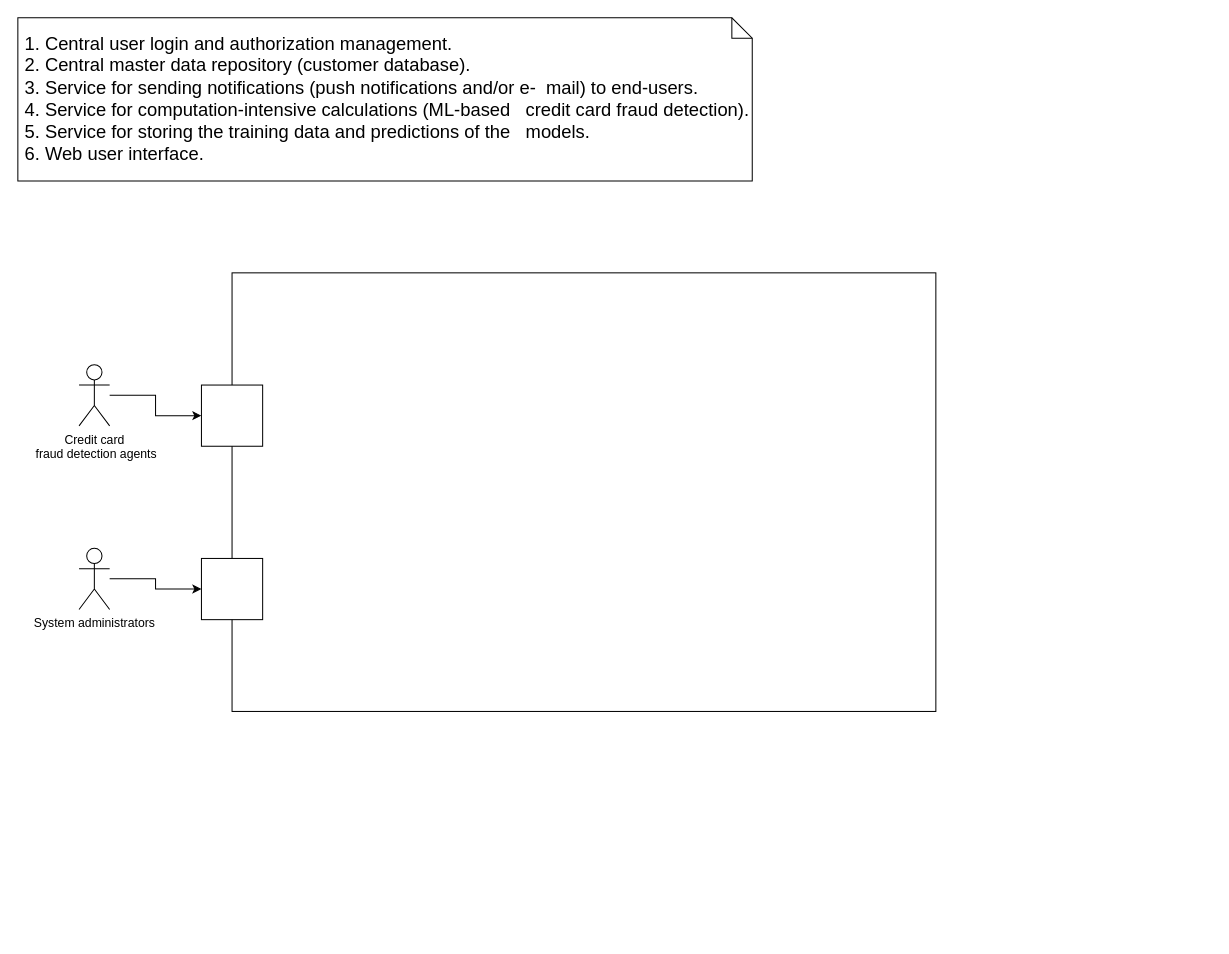
Earlier version of the draw.io diagram Distributed Systems Architecture.drawio (Faisal-Khan123/Distributed-Systems-Architecture). Source tidied: cells renumbered, new cells numbered last; positions are measured from the earlier drawing's top-left corner, leaving out a move shared by most shapes. Both pictures are drawn from the tidied source at 102%, with x=0, y=0 at pixel (17, 17).
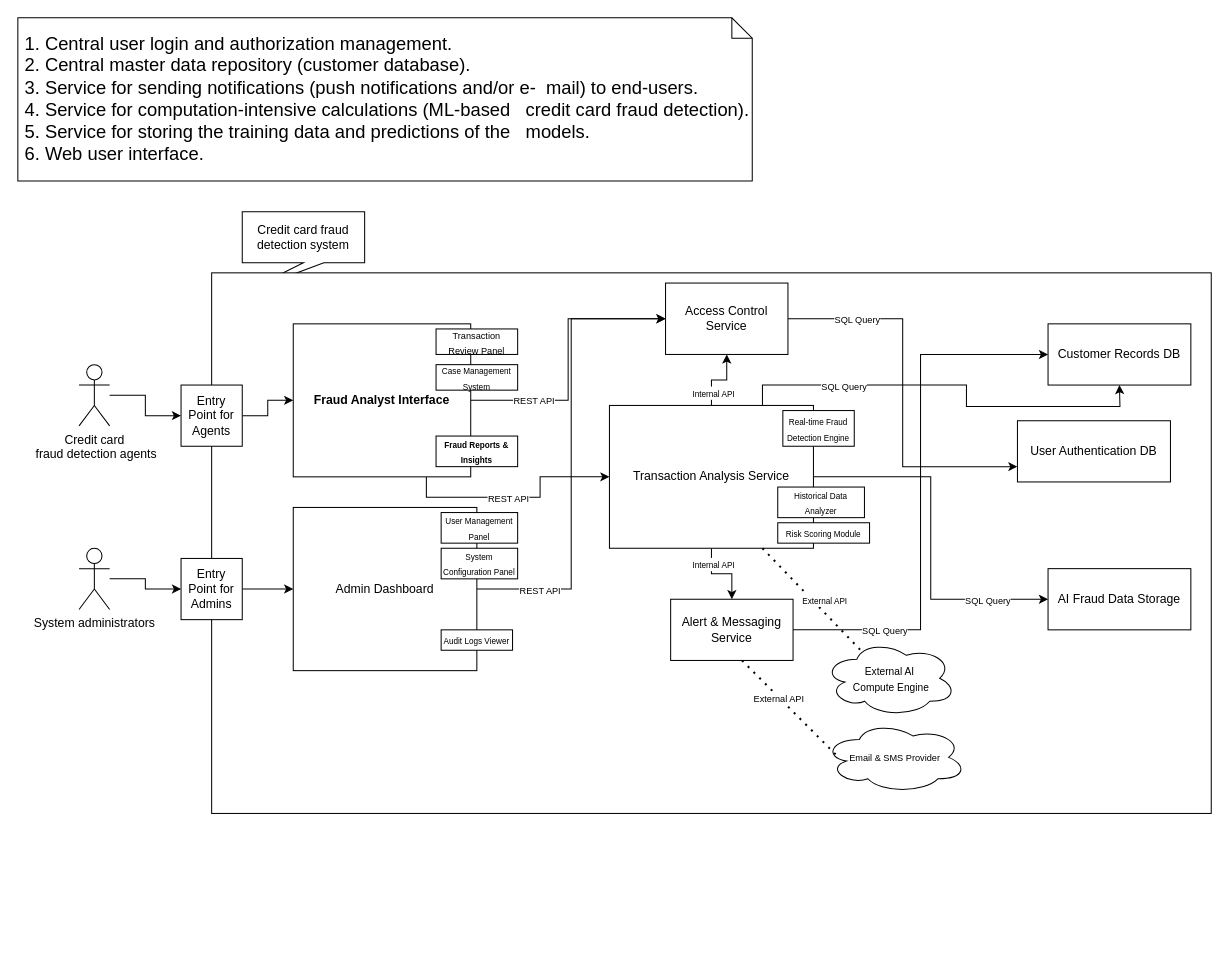
After the change.

Change to the diagram source:
```diff
@@
+    <mxCell id="10" style="shape=callout;whiteSpace=wrap;html=1;perimeter=calloutPerimeter;position2=0;" parent="1" vertex="1">
+      <mxGeometry x="220" y="190" width="120" height="80" as="geometry" />
+    </mxCell>
@@
     <mxCell id="6" style="rounded=0;whiteSpace=wrap;html=1;" parent="1" vertex="1">
-      <mxGeometry x="210" y="250" width="690" height="430" as="geometry" />
+      <mxGeometry x="190" y="250" width="980" height="530" as="geometry" />
     </mxCell>
+    <mxCell id="11" style="edgeStyle=orthogonalEdgeStyle;rounded=0;jettySize=auto;html=1;" parent="1" edge="1" source="7" target="29">
+      <mxGeometry relative="1" as="geometry" />
+    </mxCell>
-    <mxCell id="7" style="whiteSpace=wrap;html=1;" parent="1" vertex="1">
-      <mxGeometry x="180" y="360" width="60" height="60" as="geometry" />
+    <mxCell id="7" value="Entry Point for Agents" style="whiteSpace=wrap;html=1;" parent="1" vertex="1">
+      <mxGeometry x="160" y="360" width="60" height="60" as="geometry" />
     </mxCell>
+    <mxCell id="12" style="edgeStyle=orthogonalEdgeStyle;rounded=0;jettySize=auto;html=1;" parent="1" edge="1" source="8" target="32">
+      <mxGeometry relative="1" as="geometry" />
+    </mxCell>
-    <mxCell id="8" style="whiteSpace=wrap;html=1;" parent="1" vertex="1">
-      <mxGeometry x="180" y="530" width="60" height="60" as="geometry" />
+    <mxCell id="8" value="Entry Point for Admins" style="whiteSpace=wrap;html=1;" parent="1" vertex="1">
+      <mxGeometry x="160" y="530" width="60" height="60" as="geometry" />
     </mxCell>
@@
+    <mxCell id="13" value="&#10;  &#10;    &#10;    &#10;    &#10;    &#10;    &#10;      &#10;    &#10;    &#10;      &#10;    &#10;    &#10;    &#10;    &#10;      &#10;    &#10;    &#10;    &#10;    &#10;      &#10;    &#10;    &#10;      &#10;    &#10;    &#10;      &#10;    &#10;    &#10;      &#10;    &#10;    &#10;      &#10;    &#10;    &#10;      &#10;    &#10;    &#10;    &#10;    &#10;    &#10;    &#10;    &#10;    &#10;    &#10;    &#10;    &#10;    &#10;    &#10;  &#10;" style="text;whiteSpace=wrap;html=1;" parent="1" vertex="1">
+      <mxGeometry x="10" y="160" width="30" height="740" as="geometry" />
+    </mxCell>
+    <mxCell id="14" value="Credit card fraud detection system" style="text;html=1;align=center;verticalAlign=middle;whiteSpace=wrap;rounded=0;" parent="1" vertex="1">
+      <mxGeometry x="230" y="200" width="100" height="30" as="geometry" />
+    </mxCell>
+    <mxCell id="15" value="&#10;  &#10;    &#10;    &#10;    &#10;    &#10;    &#10;      &#10;    &#10;    &#10;      &#10;    &#10;    &#10;    &#10;    &#10;      &#10;    &#10;    &#10;    &#10;    &#10;      &#10;    &#10;    &#10;      &#10;    &#10;    &#10;      &#10;    &#10;    &#10;      &#10;    &#10;    &#10;      &#10;    &#10;    &#10;      &#10;    &#10;    &#10;    &#10;    &#10;    &#10;    &#10;    &#10;    &#10;    &#10;    &#10;    &#10;    &#10;    &#10;  &#10;" style="text;whiteSpace=wrap;html=1;" parent="1" vertex="1">
+      <mxGeometry x="10" y="160" width="30" height="740" as="geometry" />
+    </mxCell>
+    <mxCell id="16" style="edgeStyle=orthogonalEdgeStyle;rounded=0;jettySize=auto;html=1;" parent="1" edge="1" source="24" target="36">
+      <mxGeometry relative="1" as="geometry" />
+    </mxCell>
+    <mxCell id="17" value="&lt;font style=&quot;font-size: 8px;&quot;&gt;Internal API&lt;/font&gt;" style="edgeLabel;html=1;align=center;verticalAlign=middle;" parent="16" vertex="1">
+      <mxGeometry x="-0.01" relative="1" as="geometry">
+        <mxPoint x="-9" y="-10" as="offset" />
+      </mxGeometry>
+    </mxCell>
+    <mxCell id="18" value="&#10;  &#10;    &#10;    &#10;    &#10;    &#10;    &#10;      &#10;    &#10;    &#10;      &#10;    &#10;    &#10;    &#10;    &#10;      &#10;    &#10;    &#10;    &#10;    &#10;      &#10;    &#10;    &#10;      &#10;    &#10;    &#10;      &#10;    &#10;    &#10;      &#10;    &#10;    &#10;      &#10;    &#10;    &#10;      &#10;    &#10;    &#10;    &#10;    &#10;    &#10;    &#10;    &#10;    &#10;    &#10;    &#10;    &#10;    &#10;    &#10;  &#10;" style="text;whiteSpace=wrap;html=1;" parent="1" vertex="1">
+      <mxGeometry x="10" y="160" width="30" height="740" as="geometry" />
+    </mxCell>
+    <mxCell id="19" style="edgeStyle=orthogonalEdgeStyle;rounded=0;jettySize=auto;html=1;exitX=1;exitY=0.5;exitDx=0;exitDy=0;entryX=0;entryY=0.5;entryDx=0;entryDy=0;" parent="1" edge="1" source="24" target="41">
+      <mxGeometry relative="1" as="geometry" />
+    </mxCell>
+    <mxCell id="20" value="&lt;font style=&quot;font-size: 9px;&quot;&gt;SQL Query&lt;/font&gt;" style="edgeLabel;html=1;align=center;verticalAlign=middle;" parent="19" vertex="1">
+      <mxGeometry x="0.56" relative="1" as="geometry">
+        <mxPoint x="17" as="offset" />
+      </mxGeometry>
+    </mxCell>
+    <mxCell id="21" value="&#10;  &#10;    &#10;    &#10;    &#10;    &#10;    &#10;      &#10;    &#10;    &#10;      &#10;    &#10;    &#10;    &#10;    &#10;      &#10;    &#10;    &#10;    &#10;    &#10;      &#10;    &#10;    &#10;      &#10;    &#10;    &#10;      &#10;    &#10;    &#10;      &#10;    &#10;    &#10;      &#10;    &#10;    &#10;      &#10;    &#10;    &#10;    &#10;    &#10;    &#10;    &#10;    &#10;    &#10;    &#10;    &#10;    &#10;    &#10;    &#10;  &#10;" style="text;whiteSpace=wrap;html=1;" parent="1" vertex="1">
+      <mxGeometry x="10" y="160" width="30" height="740" as="geometry" />
+    </mxCell>
+    <mxCell id="22" style="edgeStyle=orthogonalEdgeStyle;rounded=0;jettySize=auto;html=1;entryX=0.5;entryY=1;entryDx=0;entryDy=0;" parent="1" edge="1" source="24" target="39">
+      <mxGeometry relative="1" as="geometry" />
+    </mxCell>
+    <mxCell id="23" value="&lt;font style=&quot;font-size: 8px;&quot;&gt;Internal API&lt;/font&gt;" style="edgeLabel;html=1;align=center;verticalAlign=middle;" parent="22" vertex="1">
+      <mxGeometry x="-0.59" y="-1" relative="1" as="geometry" />
+    </mxCell>
+    <mxCell id="24" value="Transaction Analysis Service" style="rounded=0;whiteSpace=wrap;html=1;" parent="1" vertex="1">
+      <mxGeometry x="580" y="380" width="200" height="140" as="geometry" />
+    </mxCell>
+    <mxCell id="25" style="edgeStyle=orthogonalEdgeStyle;rounded=0;jettySize=auto;html=1;" parent="1" edge="1" source="29" target="39">
+      <mxGeometry relative="1" as="geometry" />
+    </mxCell>
+    <mxCell id="26" value="&lt;font style=&quot;font-size: 9px;&quot;&gt;REST API&lt;/font&gt;" style="edgeLabel;html=1;align=center;verticalAlign=middle;" parent="25" vertex="1">
+      <mxGeometry x="-0.55" y="1" relative="1" as="geometry" />
+    </mxCell>
+    <mxCell id="27" style="edgeStyle=orthogonalEdgeStyle;rounded=0;jettySize=auto;html=1;exitX=0.75;exitY=1;exitDx=0;exitDy=0;" parent="1" edge="1" source="29" target="24">
+      <mxGeometry relative="1" as="geometry" />
+    </mxCell>
+    <mxCell id="28" value="&lt;font style=&quot;font-size: 9px;&quot;&gt;REST API&lt;/font&gt;" style="edgeLabel;html=1;align=center;verticalAlign=middle;" parent="27" vertex="1">
+      <mxGeometry x="0.01" y="-1" relative="1" as="geometry">
+        <mxPoint x="-11" y="-1" as="offset" />
+      </mxGeometry>
+    </mxCell>
+    <mxCell id="29" value="&lt;strong&gt;Fraud Analyst Interface&lt;/strong&gt;" style="rounded=0;whiteSpace=wrap;html=1;" parent="1" vertex="1">
+      <mxGeometry x="270" y="300" width="174" height="150" as="geometry" />
+    </mxCell>
+    <mxCell id="30" style="edgeStyle=orthogonalEdgeStyle;rounded=0;jettySize=auto;html=1;exitX=1;exitY=0.5;exitDx=0;exitDy=0;entryX=0;entryY=0.5;entryDx=0;entryDy=0;" parent="1" edge="1" source="32" target="39">
+      <mxGeometry relative="1" as="geometry" />
+    </mxCell>
+    <mxCell id="31" value="&lt;font style=&quot;font-size: 9px;&quot;&gt;REST API&lt;/font&gt;" style="edgeLabel;html=1;align=center;verticalAlign=middle;" parent="30" vertex="1">
+      <mxGeometry x="-0.73" relative="1" as="geometry" />
+    </mxCell>
+    <mxCell id="32" value="Admin Dashboard" style="rounded=0;whiteSpace=wrap;html=1;" parent="1" vertex="1">
+      <mxGeometry x="270" y="480" width="180" height="160" as="geometry" />
+    </mxCell>
+    <mxCell id="33" value="Customer Records DB" style="rounded=0;whiteSpace=wrap;html=1;" parent="1" vertex="1">
+      <mxGeometry x="1010" y="300" width="140" height="60" as="geometry" />
+    </mxCell>
+    <mxCell id="34" style="edgeStyle=orthogonalEdgeStyle;rounded=0;jettySize=auto;html=1;entryX=0;entryY=0.5;entryDx=0;entryDy=0;" parent="1" edge="1" source="36" target="33">
+      <mxGeometry relative="1" as="geometry" />
+    </mxCell>
+    <mxCell id="35" value="&lt;font style=&quot;font-size: 9px;&quot;&gt;SQL Query&lt;/font&gt;" style="edgeLabel;html=1;align=center;verticalAlign=middle;" parent="34" vertex="1">
+      <mxGeometry x="-0.7" relative="1" as="geometry">
+        <mxPoint x="11" as="offset" />
+      </mxGeometry>
+    </mxCell>
+    <mxCell id="36" value="Alert &amp;amp; Messaging Service" style="rounded=0;whiteSpace=wrap;html=1;" parent="1" vertex="1">
+      <mxGeometry x="640" y="570" width="120" height="60" as="geometry" />
+    </mxCell>
+    <mxCell id="37" style="edgeStyle=orthogonalEdgeStyle;rounded=0;jettySize=auto;html=1;entryX=0;entryY=0.75;entryDx=0;entryDy=0;" parent="1" edge="1" source="39" target="40">
+      <mxGeometry relative="1" as="geometry" />
+    </mxCell>
+    <mxCell id="38" value="&lt;font style=&quot;font-size: 9px;&quot;&gt;SQL Query&lt;/font&gt;" style="edgeLabel;html=1;align=center;verticalAlign=middle;" parent="37" vertex="1">
+      <mxGeometry x="-0.64" relative="1" as="geometry" />
+    </mxCell>
+    <mxCell id="39" value="Access Control Service" style="rounded=0;whiteSpace=wrap;html=1;" parent="1" vertex="1">
+      <mxGeometry x="635" y="260" width="120" height="70" as="geometry" />
+    </mxCell>
+    <mxCell id="40" value="User Authentication DB" style="rounded=0;whiteSpace=wrap;html=1;" parent="1" vertex="1">
+      <mxGeometry x="980" y="395" width="150" height="60" as="geometry" />
+    </mxCell>
+    <mxCell id="41" value="AI Fraud Data Storage" style="rounded=0;whiteSpace=wrap;html=1;" parent="1" vertex="1">
+      <mxGeometry x="1010" y="540" width="140" height="60" as="geometry" />
+    </mxCell>
+    <mxCell id="42" value="&lt;font style=&quot;font-size: 8px;&quot;&gt;Audit Logs Viewer&lt;/font&gt;" style="rounded=0;whiteSpace=wrap;html=1;" parent="1" vertex="1">
+      <mxGeometry x="415" y="600" width="70" height="20" as="geometry" />
+    </mxCell>
+    <mxCell id="43" value="&lt;font style=&quot;font-size: 8px;&quot;&gt;User Management Panel&lt;/font&gt;" style="rounded=0;whiteSpace=wrap;html=1;" parent="1" vertex="1">
+      <mxGeometry x="415" y="485" width="75" height="30" as="geometry" />
+    </mxCell>
+    <mxCell id="44" value="&lt;font style=&quot;font-size: 9px;&quot;&gt;Transaction Review Panel&lt;/font&gt;" style="rounded=0;whiteSpace=wrap;html=1;" parent="1" vertex="1">
+      <mxGeometry x="410" y="305" width="80" height="25" as="geometry" />
+    </mxCell>
+    <mxCell id="45" value="&lt;font style=&quot;font-size: 8px;&quot;&gt;Case Management System&lt;/font&gt;" style="rounded=0;whiteSpace=wrap;html=1;" parent="1" vertex="1">
+      <mxGeometry x="410" y="340" width="80" height="25" as="geometry" />
+    </mxCell>
+    <mxCell id="46" value="&lt;strong&gt;&lt;font style=&quot;font-size: 8px;&quot;&gt;Fraud Reports &amp;amp; Insights&lt;/font&gt;&lt;/strong&gt;" style="rounded=0;whiteSpace=wrap;html=1;" parent="1" vertex="1">
+      <mxGeometry x="410" y="410" width="80" height="30" as="geometry" />
+    </mxCell>
+    <mxCell id="47" value="&lt;font style=&quot;font-size: 8px;&quot;&gt;System Configuration Panel&lt;/font&gt;" style="rounded=0;whiteSpace=wrap;html=1;" parent="1" vertex="1">
+      <mxGeometry x="415" y="520" width="75" height="30" as="geometry" />
+    </mxCell>
+    <mxCell id="48" value="&lt;font style=&quot;font-size: 8px;&quot;&gt;Risk Scoring Module&lt;/font&gt;" style="rounded=0;whiteSpace=wrap;html=1;" parent="1" vertex="1">
+      <mxGeometry x="745" y="495" width="90" height="20" as="geometry" />
+    </mxCell>
+    <mxCell id="49" value="&lt;font style=&quot;font-size: 8px;&quot;&gt;Historical Data Analyzer&lt;/font&gt;" style="rounded=0;whiteSpace=wrap;html=1;" parent="1" vertex="1">
+      <mxGeometry x="745" y="460" width="85" height="30" as="geometry" />
+    </mxCell>
+    <mxCell id="50" value="&lt;font style=&quot;font-size: 8px;&quot;&gt;Real-time Fraud Detection Engine&lt;/font&gt;" style="rounded=0;whiteSpace=wrap;html=1;" parent="1" vertex="1">
+      <mxGeometry x="750" y="385" width="70" height="35" as="geometry" />
+    </mxCell>
+    <mxCell id="51" value="&lt;font style=&quot;font-size: 10px;&quot;&gt;External AI&lt;/font&gt;&lt;div&gt;&lt;font style=&quot;font-size: 10px;&quot;&gt;&amp;nbsp;Compute Engine&lt;/font&gt;&lt;/div&gt;" style="ellipse;shape=cloud;whiteSpace=wrap;html=1;" parent="1" vertex="1">
+      <mxGeometry x="790" y="610" width="130" height="75" as="geometry" />
+    </mxCell>
+    <mxCell id="52" value="&lt;font style=&quot;font-size: 9px;&quot;&gt;Email &amp;amp; SMS Provider&lt;/font&gt;" style="ellipse;shape=cloud;whiteSpace=wrap;html=1;" parent="1" vertex="1">
+      <mxGeometry x="790" y="690" width="140" height="70" as="geometry" />
+    </mxCell>
+    <mxCell id="53" style="endArrow=none;dashed=1;html=1;dashPattern=1 3;strokeWidth=2;rounded=0;exitX=0.75;exitY=1;exitDx=0;exitDy=0;entryX=0.294;entryY=0.16;entryDx=0;entryDy=0;entryPerimeter=0;" parent="1" edge="1" source="24" target="51">
+      <mxGeometry relative="1" as="geometry" />
+    </mxCell>
+    <mxCell id="54" value="&lt;font style=&quot;font-size: 8px;&quot;&gt;External API&lt;/font&gt;" style="edgeLabel;html=1;align=center;verticalAlign=middle;" parent="53" vertex="1">
+      <mxGeometry y="3" relative="1" as="geometry">
+        <mxPoint x="9" y="1" as="offset" />
+      </mxGeometry>
+    </mxCell>
+    <mxCell id="55" style="endArrow=none;dashed=1;html=1;dashPattern=1 3;strokeWidth=2;rounded=0;exitX=0.75;exitY=1;exitDx=0;exitDy=0;entryX=0.089;entryY=0.469;entryDx=0;entryDy=0;entryPerimeter=0;" parent="1" edge="1" target="52">
+      <mxGeometry relative="1" as="geometry">
+        <mxPoint x="710" y="630" as="sourcePoint" />
+      </mxGeometry>
+    </mxCell>
+    <mxCell id="56" value="&lt;font style=&quot;font-size: 9px;&quot;&gt;External API&lt;/font&gt;" style="edgeLabel;html=1;align=center;verticalAlign=middle;" parent="55" vertex="1">
+      <mxGeometry x="-0.22" y="-1" relative="1" as="geometry" />
+    </mxCell>
+    <mxCell id="57" style="edgeStyle=orthogonalEdgeStyle;rounded=0;jettySize=auto;html=1;exitX=0.75;exitY=0;exitDx=0;exitDy=0;" parent="1" edge="1" source="24">
+      <mxGeometry relative="1" as="geometry">
+        <mxPoint x="1080" y="360" as="targetPoint" />
+      </mxGeometry>
+    </mxCell>
+    <mxCell id="58" value="&lt;font style=&quot;font-size: 9px;&quot;&gt;SQL Query&lt;/font&gt;" style="edgeLabel;html=1;align=center;verticalAlign=middle;" parent="57" vertex="1">
+      <mxGeometry x="-0.52" relative="1" as="geometry" />
+    </mxCell>
```
